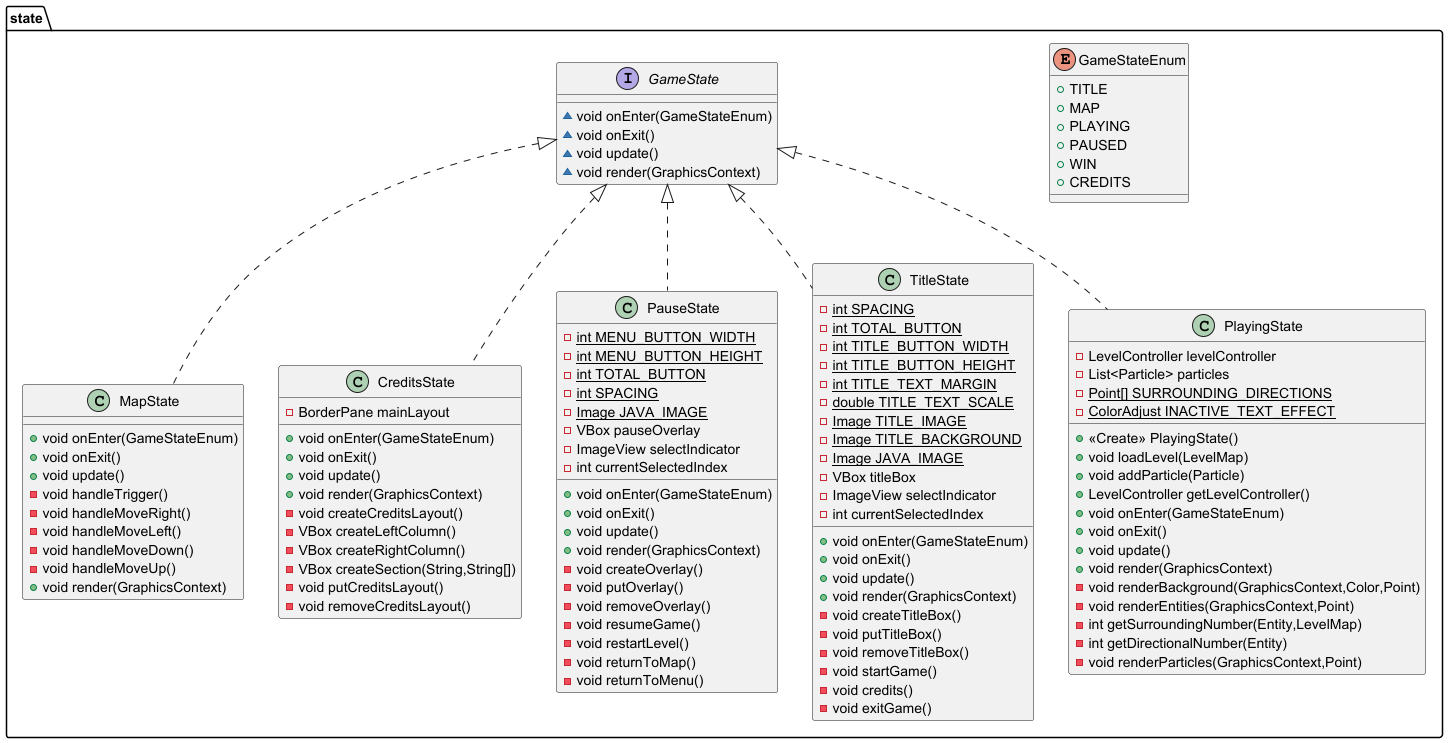
This is src/main/resources/UML/stateUML.png from Bookdodo5/baba-extend-you, a PlantUML export, as it was before one commit. Its diagram source:
```plantuml
@startuml
class state.MapState {
+ void onEnter(GameStateEnum)
+ void onExit()
+ void update()
- void handleTrigger()
- void handleMoveRight()
- void handleMoveLeft()
- void handleMoveDown()
- void handleMoveUp()
+ void render(GraphicsContext)
}

enum state.GameStateEnum {
+  TITLE
+  MAP
+  PLAYING
+  PAUSED
+  WIN
+  CREDITS
}

class state.CreditsState {
- BorderPane mainLayout
+ void onEnter(GameStateEnum)
+ void onExit()
+ void update()
+ void render(GraphicsContext)
- void createCreditsLayout()
- VBox createLeftColumn()
- VBox createRightColumn()
- VBox createSection(String,String[])
- void putCreditsLayout()
- void removeCreditsLayout()
}


interface state.GameState {
~ void onEnter(GameStateEnum)
~ void onExit()
~ void update()
~ void render(GraphicsContext)
}

class state.PauseState {
- {static} int MENU_BUTTON_WIDTH
- {static} int MENU_BUTTON_HEIGHT
- {static} int TOTAL_BUTTON
- {static} int SPACING
- {static} Image JAVA_IMAGE
- VBox pauseOverlay
- ImageView selectIndicator
- int currentSelectedIndex
+ void onEnter(GameStateEnum)
+ void onExit()
+ void update()
+ void render(GraphicsContext)
- void createOverlay()
- void putOverlay()
- void removeOverlay()
- void resumeGame()
- void restartLevel()
- void returnToMap()
- void returnToMenu()
}


class state.TitleState {
- {static} int SPACING
- {static} int TOTAL_BUTTON
- {static} int TITLE_BUTTON_WIDTH
- {static} int TITLE_BUTTON_HEIGHT
- {static} int TITLE_TEXT_MARGIN
- {static} double TITLE_TEXT_SCALE
- {static} Image TITLE_IMAGE
- {static} Image TITLE_BACKGROUND
- {static} Image JAVA_IMAGE
- VBox titleBox
- ImageView selectIndicator
- int currentSelectedIndex
+ void onEnter(GameStateEnum)
+ void onExit()
+ void update()
+ void render(GraphicsContext)
- void createTitleBox()
- void putTitleBox()
- void removeTitleBox()
- void startGame()
- void credits()
- void exitGame()
}


class state.PlayingState {
- LevelController levelController
- List<Particle> particles
- {static} Point[] SURROUNDING_DIRECTIONS
- {static} ColorAdjust INACTIVE_TEXT_EFFECT
+ <<Create>> PlayingState()
+ void loadLevel(LevelMap)
+ void addParticle(Particle)
+ LevelController getLevelController()
+ void onEnter(GameStateEnum)
+ void onExit()
+ void update()
+ void render(GraphicsContext)
- void renderBackground(GraphicsContext,Color,Point)
- void renderEntities(GraphicsContext,Point)
- int getSurroundingNumber(Entity,LevelMap)
- int getDirectionalNumber(Entity)
- void renderParticles(GraphicsContext,Point)
}




state.GameState <|.. state.MapState
state.GameState <|.. state.CreditsState
state.GameState <|.. state.PauseState
state.GameState <|.. state.TitleState
state.GameState <|.. state.PlayingState
@enduml
```
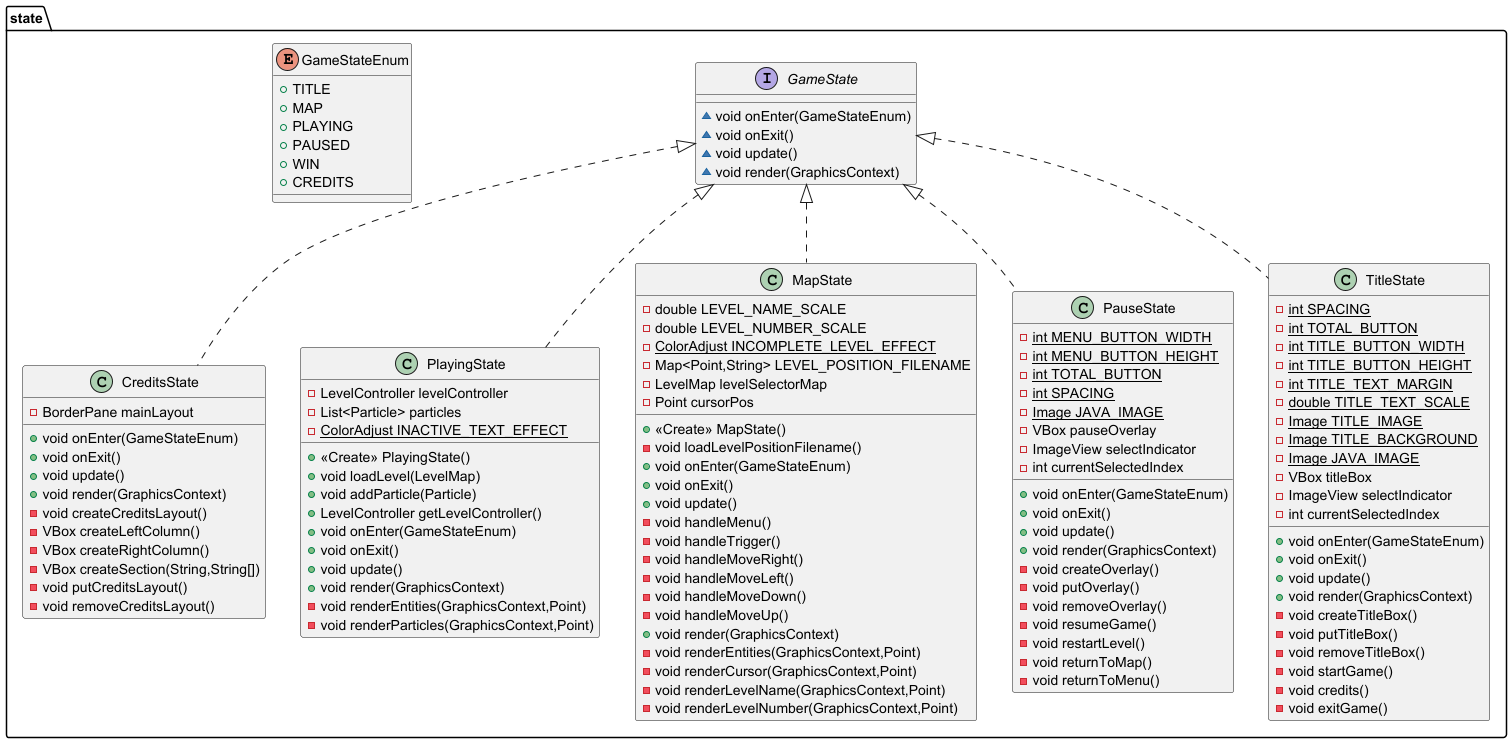
The same diagram one commit later.

Diff of the diagram source:
```diff
@@ -1,25 +1,4 @@
 @startuml
-class state.MapState {
-+ void onEnter(GameStateEnum)
-+ void onExit()
-+ void update()
-- void handleTrigger()
-- void handleMoveRight()
-- void handleMoveLeft()
-- void handleMoveDown()
-- void handleMoveUp()
-+ void render(GraphicsContext)
-}
-
-enum state.GameStateEnum {
-+  TITLE
-+  MAP
-+  PLAYING
-+  PAUSED
-+  WIN
-+  CREDITS
-}
-
 class state.CreditsState {
 - BorderPane mainLayout
 + void onEnter(GameStateEnum)
@@ -35,12 +14,55 @@
 }
 
 
+class state.PlayingState {
+- LevelController levelController
+- List<Particle> particles
+- {static} ColorAdjust INACTIVE_TEXT_EFFECT
++ <<Create>> PlayingState()
++ void loadLevel(LevelMap)
++ void addParticle(Particle)
++ LevelController getLevelController()
++ void onEnter(GameStateEnum)
++ void onExit()
++ void update()
++ void render(GraphicsContext)
+- void renderEntities(GraphicsContext,Point)
+- void renderParticles(GraphicsContext,Point)
+}
+
+
 interface state.GameState {
 ~ void onEnter(GameStateEnum)
 ~ void onExit()
 ~ void update()
 ~ void render(GraphicsContext)
 }
+
+class state.MapState {
+- double LEVEL_NAME_SCALE
+- double LEVEL_NUMBER_SCALE
+- {static} ColorAdjust INCOMPLETE_LEVEL_EFFECT
+- Map<Point,String> LEVEL_POSITION_FILENAME
+- LevelMap levelSelectorMap
+- Point cursorPos
++ <<Create>> MapState()
+- void loadLevelPositionFilename()
++ void onEnter(GameStateEnum)
++ void onExit()
++ void update()
+- void handleMenu()
+- void handleTrigger()
+- void handleMoveRight()
+- void handleMoveLeft()
+- void handleMoveDown()
+- void handleMoveUp()
++ void render(GraphicsContext)
+- void renderEntities(GraphicsContext,Point)
+- void renderCursor(GraphicsContext,Point)
+- void renderLevelName(GraphicsContext,Point)
+- void renderLevelNumber(GraphicsContext,Point)
+}
+
 
 class state.PauseState {
 - {static} int MENU_BUTTON_WIDTH
@@ -64,6 +86,15 @@
 - void returnToMenu()
 }
 
+
+enum state.GameStateEnum {
++  TITLE
++  MAP
++  PLAYING
++  PAUSED
++  WIN
++  CREDITS
+}
 
 class state.TitleState {
 - {static} int SPACING
@@ -91,32 +122,11 @@
 }
 
 
-class state.PlayingState {
-- LevelController levelController
-- List<Particle> particles
-- {static} Point[] SURROUNDING_DIRECTIONS
-- {static} ColorAdjust INACTIVE_TEXT_EFFECT
-+ <<Create>> PlayingState()
-+ void loadLevel(LevelMap)
-+ void addParticle(Particle)
-+ LevelController getLevelController()
-+ void onEnter(GameStateEnum)
-+ void onExit()
-+ void update()
-+ void render(GraphicsContext)
-- void renderBackground(GraphicsContext,Color,Point)
-- void renderEntities(GraphicsContext,Point)
-- int getSurroundingNumber(Entity,LevelMap)
-- int getDirectionalNumber(Entity)
-- void renderParticles(GraphicsContext,Point)
-}
 
 
-
-
+state.GameState <|.. state.CreditsState
+state.GameState <|.. state.PlayingState
 state.GameState <|.. state.MapState
-state.GameState <|.. state.CreditsState
 state.GameState <|.. state.PauseState
 state.GameState <|.. state.TitleState
-state.GameState <|.. state.PlayingState
 @enduml
```
